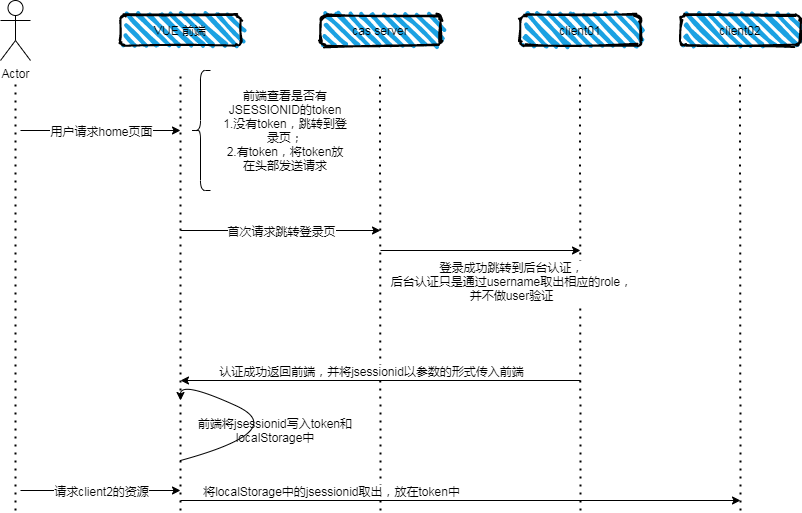
This is casbpm.png from daofuzhang/demo, a draw.io export, as it was before one commit. Source tidied: cells renumbered, new cells last; positions are measured from the earlier drawing's top-left corner, leaving out a move shared by most shapes.
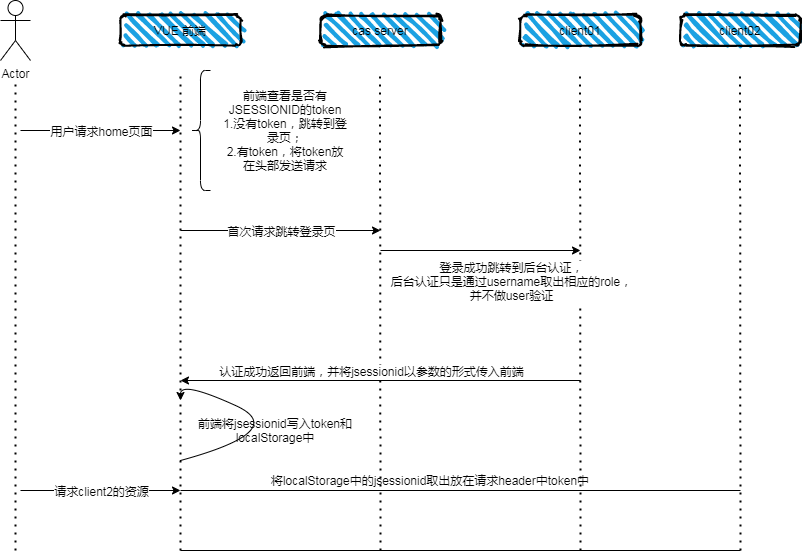
Above is the later version.

Diff of the diagram source:
```diff
@@ -19,31 +19,31 @@
     </mxCell>
     <mxCell id="7" style="endArrow=none;dashed=1;html=1;dashPattern=1 3;strokeWidth=2;" parent="1" edge="1">
       <mxGeometry relative="1" as="geometry">
-        <mxPoint x="15" y="510" as="sourcePoint" />
+        <mxPoint x="15" y="550" as="sourcePoint" />
         <mxPoint x="15" y="80" as="targetPoint" />
       </mxGeometry>
     </mxCell>
     <mxCell id="8" style="endArrow=none;dashed=1;html=1;dashPattern=1 3;strokeWidth=2;" parent="1" edge="1">
       <mxGeometry relative="1" as="geometry">
-        <mxPoint x="180" y="510" as="sourcePoint" />
+        <mxPoint x="180" y="550" as="sourcePoint" />
         <mxPoint x="180" y="70" as="targetPoint" />
       </mxGeometry>
     </mxCell>
     <mxCell id="9" style="endArrow=none;dashed=1;html=1;dashPattern=1 3;strokeWidth=2;" parent="1" edge="1">
       <mxGeometry relative="1" as="geometry">
-        <mxPoint x="380" y="510" as="sourcePoint" />
+        <mxPoint x="380" y="550" as="sourcePoint" />
         <mxPoint x="379.5" y="70" as="targetPoint" />
       </mxGeometry>
     </mxCell>
     <mxCell id="10" style="endArrow=none;dashed=1;html=1;dashPattern=1 3;strokeWidth=2;" parent="1" edge="1">
       <mxGeometry relative="1" as="geometry">
-        <mxPoint x="580" y="510" as="sourcePoint" />
+        <mxPoint x="580" y="550" as="sourcePoint" />
         <mxPoint x="579.5" y="70" as="targetPoint" />
       </mxGeometry>
     </mxCell>
     <mxCell id="11" style="endArrow=none;dashed=1;html=1;dashPattern=1 3;strokeWidth=2;" parent="1" edge="1">
       <mxGeometry relative="1" as="geometry">
-        <mxPoint x="740" y="510" as="sourcePoint" />
+        <mxPoint x="740" y="550" as="sourcePoint" />
         <mxPoint x="739.5" y="70" as="targetPoint" />
       </mxGeometry>
     </mxCell>
@@ -115,16 +115,11 @@
     <mxCell id="25" value="请求client2的资源" style="edgeLabel;html=1;align=center;verticalAlign=middle;" parent="24" vertex="1">
       <mxGeometry relative="1" as="geometry" />
     </mxCell>
-    <mxCell id="26" style="endArrow=classic;html=1;" parent="1" edge="1">
-      <mxGeometry relative="1" as="geometry">
-        <mxPoint x="180" y="500" as="sourcePoint" />
-        <mxPoint x="740" y="500" as="targetPoint" />
-      </mxGeometry>
-    </mxCell>
-    <mxCell id="27" value="将localStorage中的jsessionid取出，放在token中" style="edgeLabel;html=1;align=center;verticalAlign=middle;" parent="26" vertex="1">
-      <mxGeometry relative="1" as="geometry">
-        <mxPoint x="-130" y="-10" as="offset" />
-      </mxGeometry>
-    </mxCell>
+    <mxCell id="28" style="shape=partialRectangle;whiteSpace=wrap;html=1;left=0;right=0;fillColor=none;" parent="1" vertex="1">
+      <mxGeometry x="180" y="490" width="560" height="60" as="geometry" />
+    </mxCell>
+    <mxCell id="29" value="将localStorage中的jsessionid取出放在请求header中token中" style="text;html=1;strokeColor=none;fillColor=none;align=center;verticalAlign=middle;whiteSpace=wrap;rounded=0;" parent="1" vertex="1">
+      <mxGeometry x="250" y="470" width="360" height="20" as="geometry" />
+    </mxCell>
   </root>
 </mxGraphModel>
```
